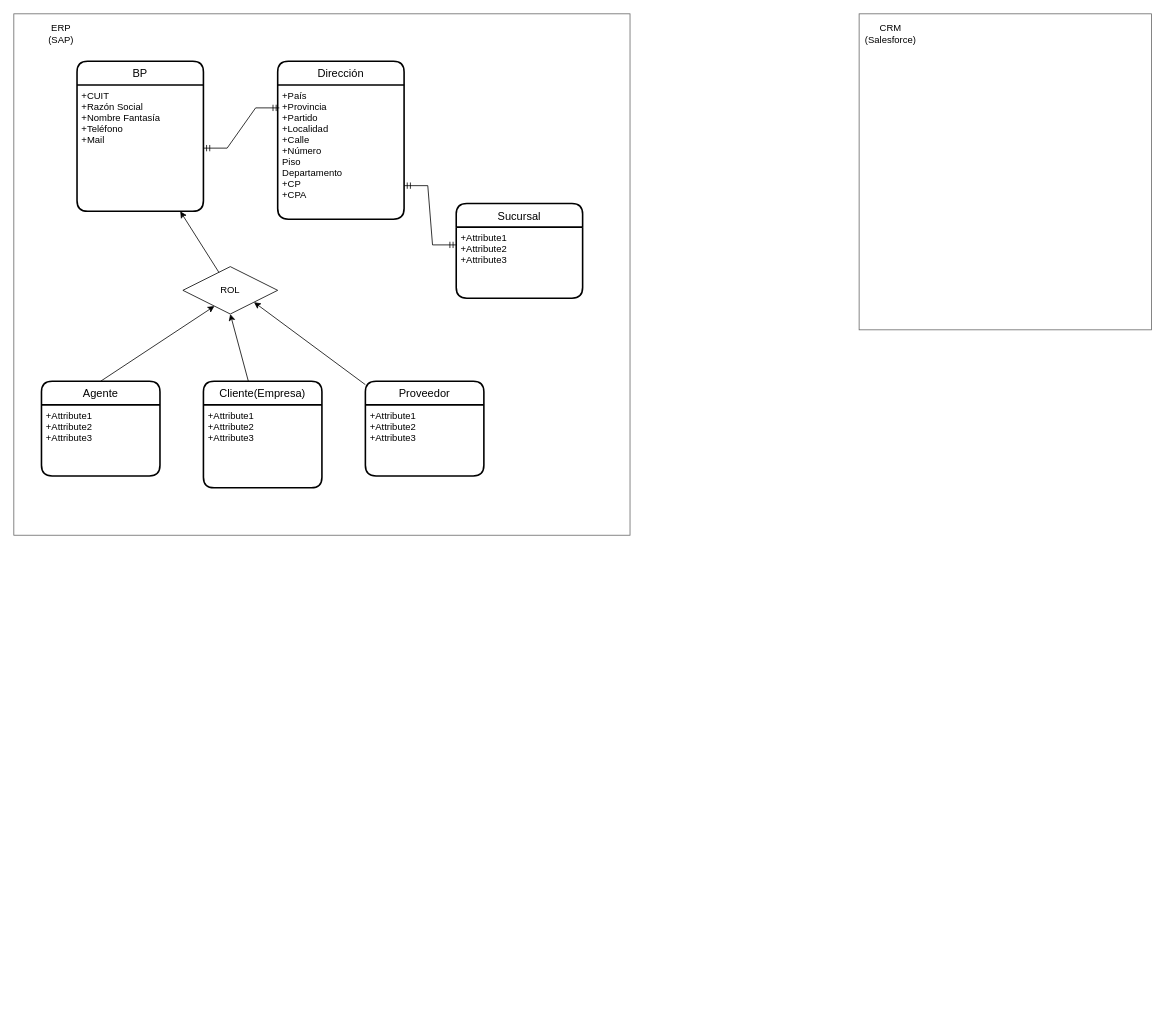
cesardetke/MODELOS keeps this draw.io diagram as AGENTES_NUEVO.drawio. Above is the earlier version. Source tidied: cells renumbered, new cells numbered last; positions are measured from the earlier drawing's top-left corner, leaving out a move shared by most shapes. Both pictures are drawn from the tidied source at 79%, with x=0, y=0 at pixel (13, 13).
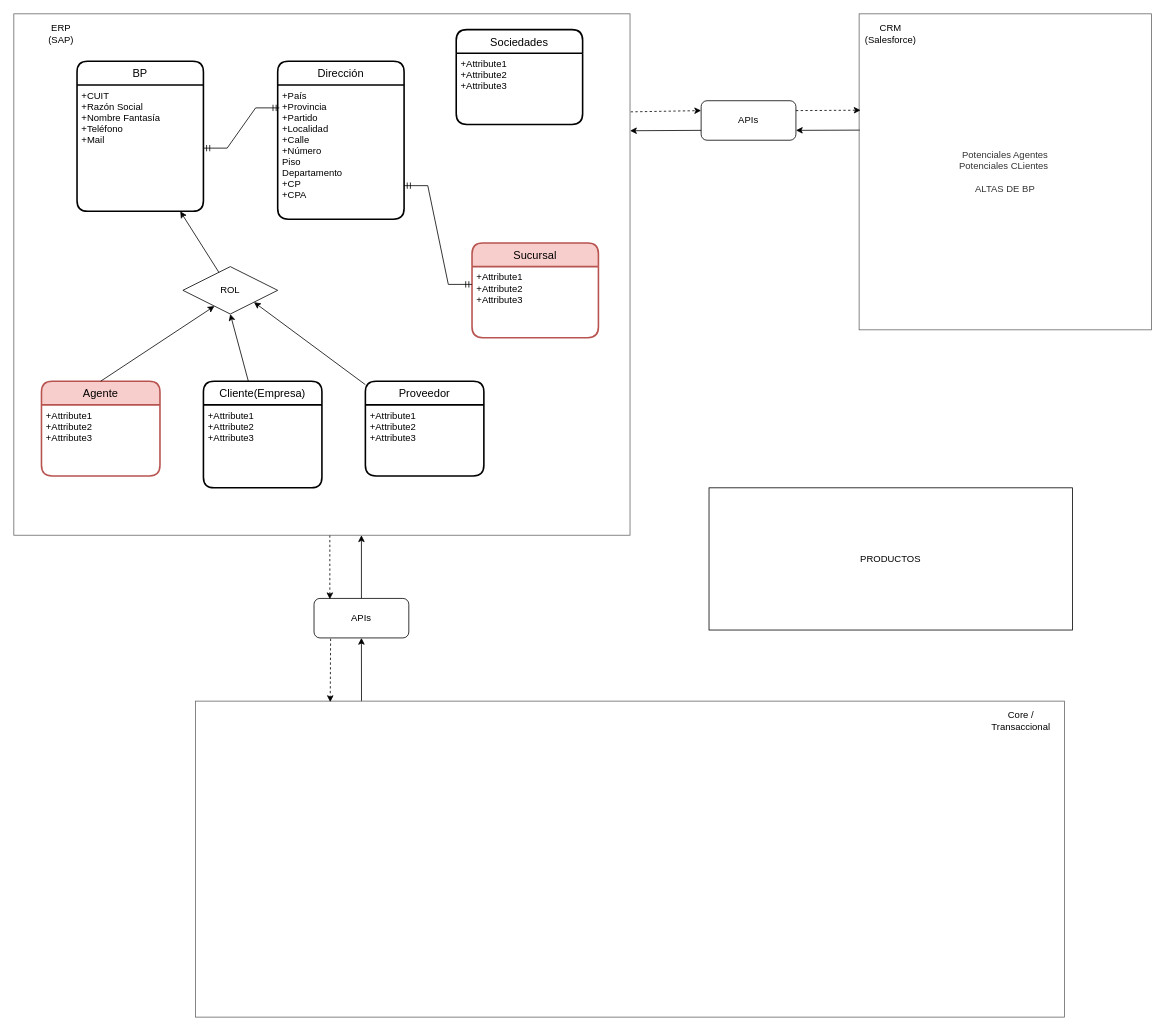
Above is the later version.

Unchanged cells that the change refers to:
```xml
<mxCell id="2" style="rounded=0;whiteSpace=wrap;html=1;fillColor=none;fontColor=#333333;strokeColor=#666666;" parent="1" vertex="1">
  <mxGeometry width="780" height="660" as="geometry" />
</mxCell>
```

The edit, as a diff of the source:
```diff
@@
+    <mxCell id="25" style="edgeStyle=none;rounded=0;jettySize=auto;html=1;entryX=0;entryY=0.25;entryDx=0;entryDy=0;exitX=1.001;exitY=0.188;exitDx=0;exitDy=0;exitPerimeter=0;dashed=1;" parent="1" edge="1" source="2" target="33">
+      <mxGeometry relative="1" as="geometry" />
+    </mxCell>
+    <mxCell id="26" style="edgeStyle=none;rounded=0;jettySize=auto;html=1;entryX=0.167;entryY=0.02;entryDx=0;entryDy=0;entryPerimeter=0;dashed=1;" parent="1" edge="1" target="36">
+      <mxGeometry relative="1" as="geometry">
+        <mxPoint x="400" y="660" as="sourcePoint" />
+      </mxGeometry>
+    </mxCell>
@@
-    <mxCell id="9" value="Agente" style="swimlane;horizontal=1;startSize=30;rounded=1;fontSize=14;fontStyle=0;strokeWidth=2;shadow=0;dashed=0;align=center;fillColor=none;" parent="1" vertex="1">
+    <mxCell id="9" value="Agente" style="swimlane;horizontal=1;startSize=30;rounded=1;fontSize=14;fontStyle=0;strokeWidth=2;shadow=0;dashed=0;align=center;fillColor=#f8cecc;direction=east;strokeColor=#b85450;" parent="1" vertex="1">
       <mxGeometry x="35" y="465" width="150" height="120" as="geometry" />
     </mxCell>
@@
-    <mxCell id="20" value="Sucursal" style="swimlane;horizontal=1;startSize=30;rounded=1;fontSize=14;fontStyle=0;strokeWidth=2;shadow=0;dashed=0;align=center;fillColor=none;" parent="1" vertex="1">
-      <mxGeometry x="560" y="240" width="160" height="120" as="geometry" />
+    <mxCell id="20" value="Sucursal" style="swimlane;horizontal=1;startSize=30;rounded=1;fontSize=14;fontStyle=0;strokeWidth=2;shadow=0;dashed=0;align=center;fillColor=#f8cecc;strokeColor=#b85450;" parent="1" vertex="1">
+      <mxGeometry x="580" y="290" width="160" height="120" as="geometry" />
     </mxCell>
@@
+    <mxCell id="27" style="edgeStyle=none;rounded=0;jettySize=auto;html=1;entryX=1;entryY=0.75;entryDx=0;entryDy=0;exitX=0.003;exitY=0.368;exitDx=0;exitDy=0;exitPerimeter=0;" parent="1" edge="1" source="23" target="33">
+      <mxGeometry relative="1" as="geometry" />
+    </mxCell>
-    <mxCell id="23" style="rounded=0;whiteSpace=wrap;html=1;fillColor=none;fontColor=#333333;strokeColor=#666666;" parent="1" vertex="1">
+    <mxCell id="23" value="Potenciales Agentes&lt;br&gt;Potenciales CLientes&amp;nbsp;&lt;br&gt;&lt;br&gt;ALTAS DE BP" style="rounded=0;whiteSpace=wrap;html=1;fillColor=none;fontColor=#333333;strokeColor=#666666;" parent="1" vertex="1">
       <mxGeometry x="1070" width="370" height="400" as="geometry" />
     </mxCell>
@@
+    <mxCell id="28" style="edgeStyle=none;rounded=0;jettySize=auto;html=1;entryX=0.5;entryY=1;entryDx=0;entryDy=0;exitX=0.191;exitY=0;exitDx=0;exitDy=0;exitPerimeter=0;" parent="1" edge="1" source="29" target="36">
+      <mxGeometry relative="1" as="geometry" />
+    </mxCell>
+    <mxCell id="29" style="rounded=0;whiteSpace=wrap;html=1;fillColor=none;fontColor=#333333;strokeColor=#666666;" parent="1" vertex="1">
+      <mxGeometry x="230" y="870" width="1100" height="400" as="geometry" />
+    </mxCell>
+    <mxCell id="30" value="Core / Transaccional" style="text;html=1;strokeColor=none;fillColor=none;align=center;verticalAlign=middle;whiteSpace=wrap;rounded=0;" parent="1" vertex="1">
+      <mxGeometry x="1240" y="880" width="70" height="30" as="geometry" />
+    </mxCell>
+    <mxCell id="31" style="edgeStyle=none;rounded=0;jettySize=auto;html=1;exitX=1;exitY=0.25;exitDx=0;exitDy=0;entryX=0.005;entryY=0.305;entryDx=0;entryDy=0;entryPerimeter=0;dashed=1;" parent="1" edge="1" source="33" target="23">
+      <mxGeometry relative="1" as="geometry" />
+    </mxCell>
+    <mxCell id="32" style="edgeStyle=none;rounded=0;jettySize=auto;html=1;exitX=0;exitY=0.75;exitDx=0;exitDy=0;" parent="1" edge="1" source="33">
+      <mxGeometry relative="1" as="geometry">
+        <mxPoint x="780" y="148" as="targetPoint" />
+      </mxGeometry>
+    </mxCell>
+    <mxCell id="33" value="APIs" style="rounded=1;whiteSpace=wrap;html=1;fillColor=none;" parent="1" vertex="1">
+      <mxGeometry x="870" y="110" width="120" height="50" as="geometry" />
+    </mxCell>
+    <mxCell id="34" style="edgeStyle=none;rounded=0;jettySize=auto;html=1;" parent="1" edge="1" source="36">
+      <mxGeometry relative="1" as="geometry">
+        <mxPoint x="440" y="660" as="targetPoint" />
+      </mxGeometry>
+    </mxCell>
+    <mxCell id="35" style="edgeStyle=none;rounded=0;jettySize=auto;html=1;entryX=0.155;entryY=0.003;entryDx=0;entryDy=0;entryPerimeter=0;dashed=1;exitX=0.175;exitY=1.02;exitDx=0;exitDy=0;exitPerimeter=0;" parent="1" edge="1" source="36" target="29">
+      <mxGeometry relative="1" as="geometry" />
+    </mxCell>
+    <mxCell id="36" value="APIs" style="rounded=1;whiteSpace=wrap;html=1;fillColor=none;" parent="1" vertex="1">
+      <mxGeometry x="380" y="740" width="120" height="50" as="geometry" />
+    </mxCell>
+    <mxCell id="37" value="Sociedades" style="swimlane;horizontal=1;startSize=30;rounded=1;fontSize=14;fontStyle=0;strokeWidth=2;shadow=0;dashed=0;align=center;fillColor=none;" parent="1" vertex="1">
+      <mxGeometry x="560" y="20" width="160" height="120" as="geometry" />
+    </mxCell>
+    <mxCell id="38" value="+Attribute1&#10;+Attribute2&#10;+Attribute3" style="align=left;strokeColor=none;fillColor=none;spacingLeft=4;fontSize=12;verticalAlign=top;" parent="37" vertex="1">
+      <mxGeometry y="30" width="160" height="90" as="geometry" />
+    </mxCell>
+    <mxCell id="39" value="PRODUCTOS" style="rounded=0;whiteSpace=wrap;html=1;fillColor=none;" parent="1" vertex="1">
+      <mxGeometry x="880" y="600" width="460" height="180" as="geometry" />
+    </mxCell>
```
